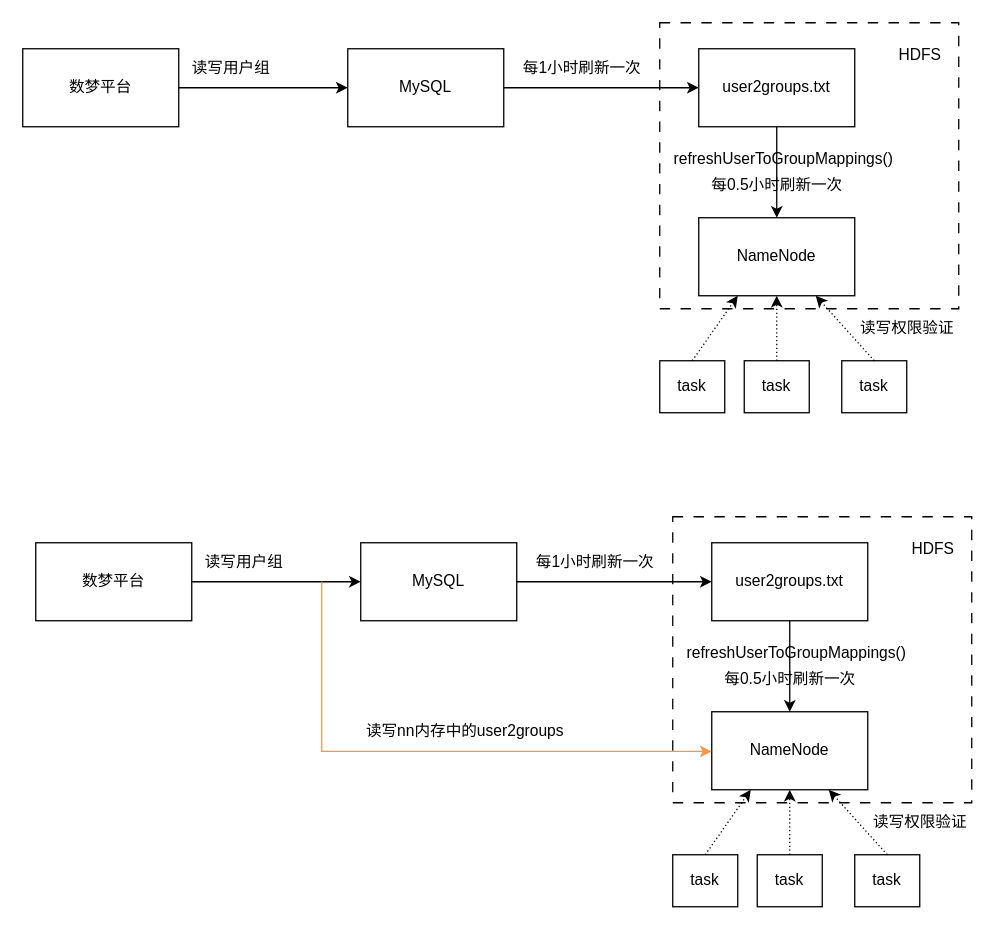
Above: refeshUser2Group.drawio in wmsj2000/drawio (draw.io), before the change. Source tidied: cells renumbered, new cells numbered last; positions are measured from the earlier drawing's top-left corner, leaving out a move shared by most shapes. Both pictures are drawn from the tidied source at 130%, with x=0, y=0 at pixel (22, 22).
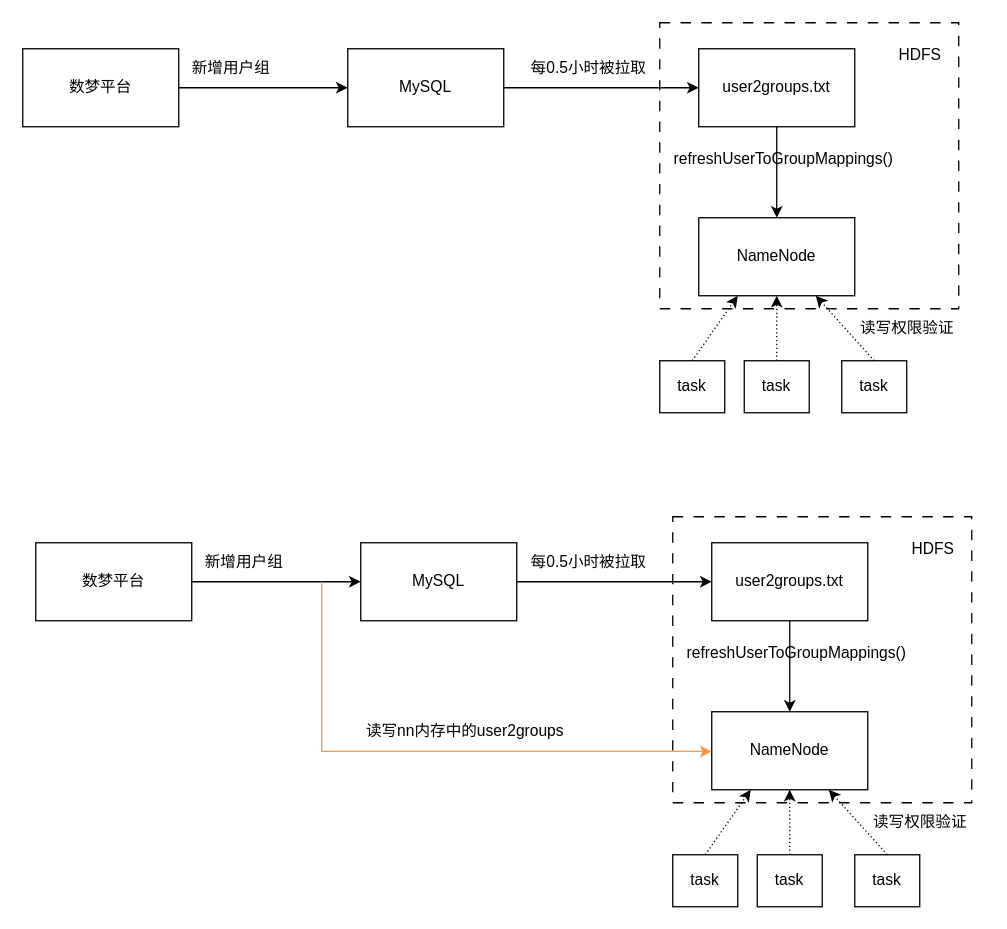
Above is the later version.

Change to the diagram source:
```diff
@@
-    <mxCell id="8" value="读写用户组" style="text;html=1;align=center;verticalAlign=middle;strokeColor=none;fillColor=none;" parent="1" vertex="1">
+    <mxCell id="8" value="新增用户组" style="text;html=1;align=center;verticalAlign=middle;strokeColor=none;fillColor=none;" parent="1" vertex="1">
       <mxGeometry x="120" y="20" width="80" height="30" as="geometry" />
     </mxCell>
@@
-    <mxCell id="12" value="每1小时刷新一次" style="text;html=1;align=center;verticalAlign=middle;strokeColor=none;fillColor=none;" parent="1" vertex="1">
-      <mxGeometry x="375" y="20" width="110" height="30" as="geometry" />
-    </mxCell>
@@
-    <mxCell id="21" value="每0.5小时刷新一次" style="text;html=1;align=center;verticalAlign=middle;strokeColor=none;fillColor=none;" parent="1" vertex="1">
-      <mxGeometry x="520" y="110" width="120" height="30" as="geometry" />
+    <mxCell id="21" value="每0.5小时被拉取" style="text;html=1;align=center;verticalAlign=middle;strokeColor=none;fillColor=none;" parent="1" vertex="1">
+      <mxGeometry x="380" y="20" width="110" height="30" as="geometry" />
     </mxCell>
@@
-    <mxCell id="28" value="读写用户组" style="text;html=1;align=center;verticalAlign=middle;strokeColor=none;fillColor=none;" parent="1" vertex="1">
-      <mxGeometry x="130" y="400" width="80" height="30" as="geometry" />
-    </mxCell>
@@
-    <mxCell id="32" value="每1小时刷新一次" style="text;html=1;align=center;verticalAlign=middle;strokeColor=none;fillColor=none;" parent="1" vertex="1">
-      <mxGeometry x="385" y="400" width="110" height="30" as="geometry" />
-    </mxCell>
@@
-    <mxCell id="41" value="每0.5小时刷新一次" style="text;html=1;align=center;verticalAlign=middle;strokeColor=none;fillColor=none;" parent="1" vertex="1">
-      <mxGeometry x="530" y="490" width="120" height="30" as="geometry" />
-    </mxCell>
@@
+    <mxCell id="44" value="每0.5小时被拉取" style="text;html=1;align=center;verticalAlign=middle;strokeColor=none;fillColor=none;" parent="1" vertex="1">
+      <mxGeometry x="380" y="400" width="110" height="30" as="geometry" />
+    </mxCell>
+    <mxCell id="45" value="新增用户组" style="text;html=1;align=center;verticalAlign=middle;strokeColor=none;fillColor=none;" parent="1" vertex="1">
+      <mxGeometry x="130" y="400" width="80" height="30" as="geometry" />
+    </mxCell>
```
